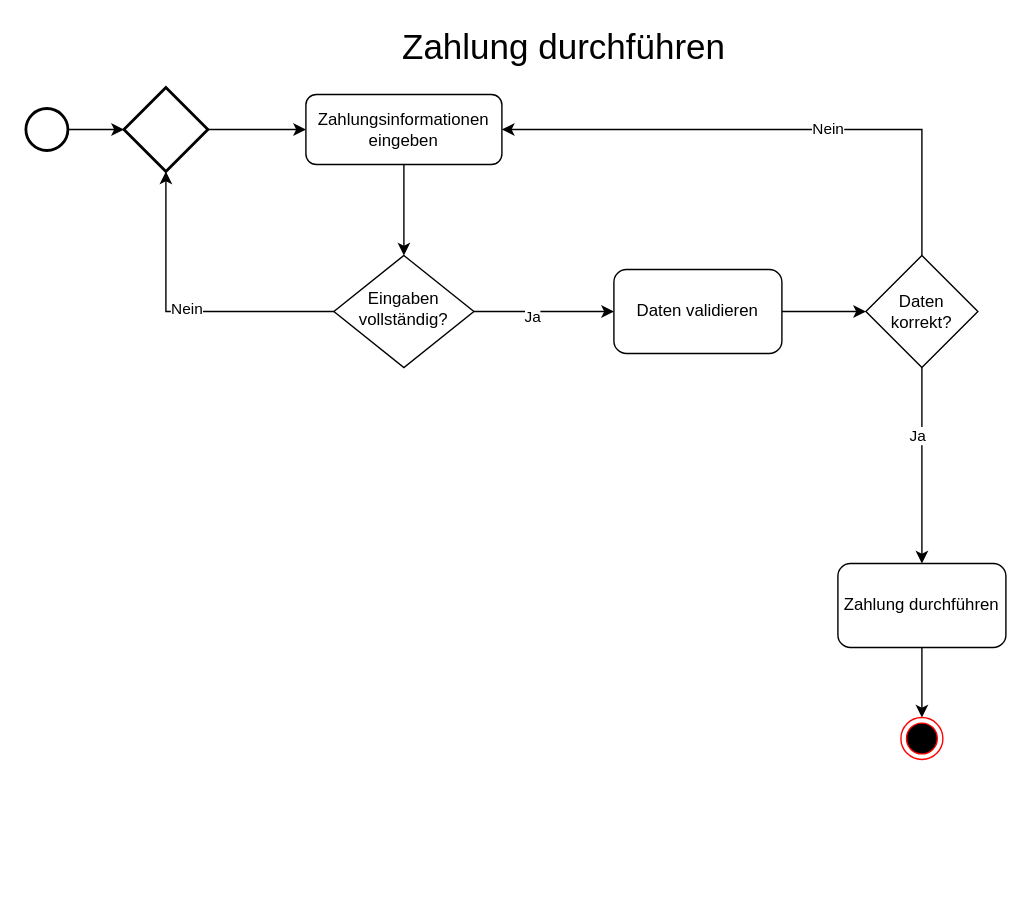
Earlier version of the draw.io diagram Diagramme/Payment/Aktivitätsdiagramm Zahlung durchführen.drawio (dnickel8/SGSETeam3). Source tidied: cells renumbered, new cells numbered last; positions are measured from the earlier drawing's top-left corner, leaving out a move shared by most shapes. Both pictures are drawn from the tidied source at 140%, with x=0, y=0 at pixel (25, 31).
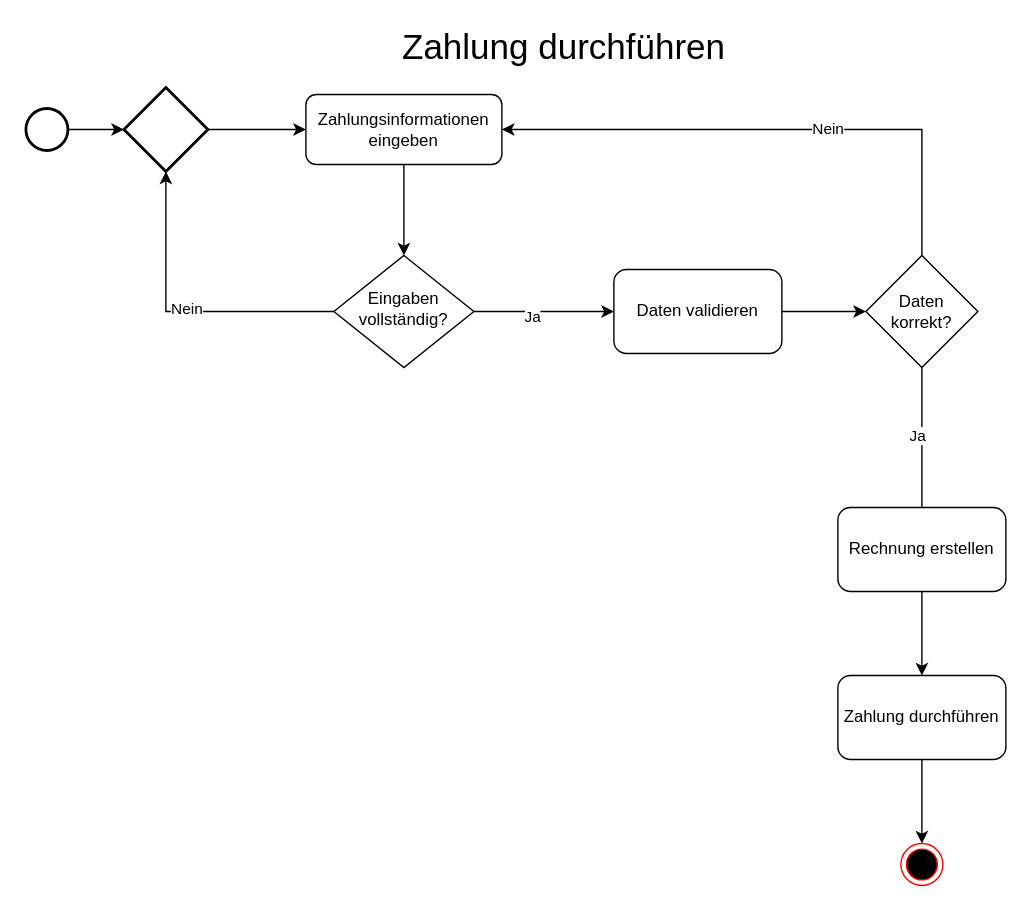
After the change.

The edit, as a diff of the source:
```diff
@@
-    <mxCell id="20" style="edgeStyle=orthogonalEdgeStyle;rounded=0;jettySize=auto;html=1;entryX=0.5;entryY=0;entryDx=0;entryDy=0;" parent="1" edge="1" source="21" target="22">
-      <mxGeometry relative="1" as="geometry" />
-    </mxCell>
+    <mxCell id="24" style="edgeStyle=orthogonalEdgeStyle;rounded=0;jettySize=auto;html=1;entryX=0.5;entryY=0;entryDx=0;entryDy=0;" parent="1" edge="1" source="21" target="26">
+      <mxGeometry relative="1" as="geometry" />
+    </mxCell>
-    <mxCell id="21" value="Zahlung durchführen" style="rounded=1;whiteSpace=wrap;html=1;" parent="1" vertex="1">
-      <mxGeometry x="580" y="380" width="120" height="60" as="geometry" />
+    <mxCell id="21" value="Rechnung erstellen" style="rounded=1;whiteSpace=wrap;html=1;" parent="1" vertex="1">
+      <mxGeometry x="580" y="340" width="120" height="60" as="geometry" />
     </mxCell>
     <mxCell id="22" style="ellipse;html=1;shape=endState;fillColor=#000000;strokeColor=#ff0000;" parent="1" vertex="1">
-      <mxGeometry x="625" y="490" width="30" height="30" as="geometry" />
+      <mxGeometry x="625" y="580" width="30" height="30" as="geometry" />
     </mxCell>
@@
+    <mxCell id="25" style="edgeStyle=orthogonalEdgeStyle;rounded=0;jettySize=auto;html=1;entryX=0.5;entryY=0;entryDx=0;entryDy=0;" parent="1" edge="1" source="26" target="22">
+      <mxGeometry relative="1" as="geometry" />
+    </mxCell>
+    <mxCell id="26" value="Zahlung durchführen" style="rounded=1;whiteSpace=wrap;html=1;" parent="1" vertex="1">
+      <mxGeometry x="580" y="460" width="120" height="60" as="geometry" />
+    </mxCell>
```
